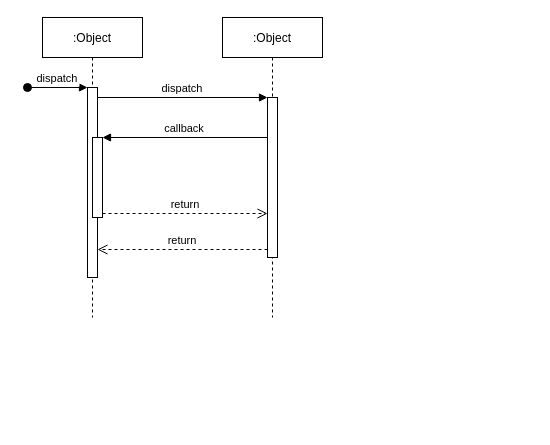
This is Untitled Diagram.drawio from Letgamer/LLG-App, a draw.io file, before an edit. Source tidied: cells renumbered, new cells numbered last; positions are measured from the earlier drawing's top-left corner, leaving out a move shared by most shapes. Both pictures are drawn from the tidied source at 100%, with x=0, y=0 at pixel (27, 17).
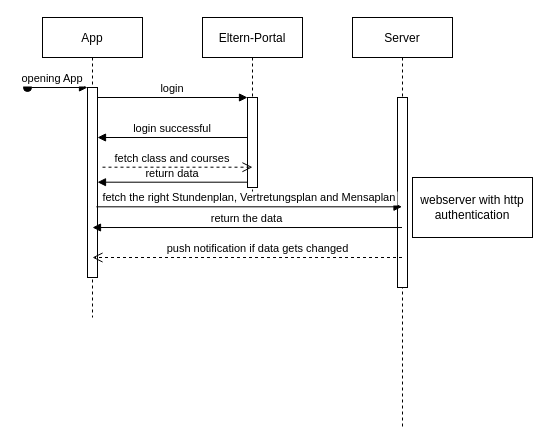
Above is the later version.

Unchanged cells that the change refers to:
```xml
<mxCell id="3" style="points=[];perimeter=orthogonalPerimeter;rounded=0;shadow=0;strokeWidth=1;" parent="2" vertex="1">
  <mxGeometry x="45" y="70" width="10" height="190" as="geometry" />
</mxCell>
```

The edit, as a diff of the source:
```diff
@@
-    <mxCell id="2" value=":Object" style="shape=umlLifeline;perimeter=lifelinePerimeter;rounded=0;shadow=0;strokeWidth=1;" parent="1" vertex="1">
+    <mxCell id="2" value="App" style="shape=umlLifeline;perimeter=lifelinePerimeter;rounded=0;shadow=0;strokeWidth=1;" parent="1" vertex="1">
       <mxGeometry x="15" width="100" height="300" as="geometry" />
     </mxCell>
@@
-    <mxCell id="4" value="dispatch" style="verticalAlign=bottom;startArrow=oval;endArrow=block;startSize=8;shadow=0;strokeWidth=1;" parent="2" edge="1" target="3">
-      <mxGeometry relative="1" as="geometry">
+    <mxCell id="4" value="opening App" style="verticalAlign=bottom;startArrow=oval;endArrow=block;startSize=8;shadow=0;strokeWidth=1;" parent="2" edge="1" target="3">
+      <mxGeometry x="-0.17" relative="1" as="geometry">
         <mxPoint x="-15" y="70" as="sourcePoint" />
       </mxGeometry>
     </mxCell>
-    <mxCell id="5" style="points=[];perimeter=orthogonalPerimeter;rounded=0;shadow=0;strokeWidth=1;" parent="2" vertex="1">
-      <mxGeometry x="50" y="120" width="10" height="80" as="geometry" />
-    </mxCell>
+    <mxCell id="12" value="return data" style="verticalAlign=bottom;endArrow=block;entryX=1;entryY=0;shadow=0;strokeWidth=1;" parent="2" edge="1">
+      <mxGeometry relative="1" as="geometry">
+        <mxPoint x="205" y="164.7" as="sourcePoint" />
+        <mxPoint x="55" y="164.7" as="targetPoint" />
+      </mxGeometry>
+    </mxCell>
-    <mxCell id="6" value=":Object" style="shape=umlLifeline;perimeter=lifelinePerimeter;rounded=0;shadow=0;strokeWidth=1;" parent="1" vertex="1">
-      <mxGeometry x="195" width="100" height="300" as="geometry" />
+    <mxCell id="6" value="Eltern-Portal" style="shape=umlLifeline;perimeter=lifelinePerimeter;rounded=0;shadow=0;strokeWidth=1;" parent="1" vertex="1">
+      <mxGeometry x="175" width="100" height="180" as="geometry" />
     </mxCell>
     <mxCell id="7" style="points=[];perimeter=orthogonalPerimeter;rounded=0;shadow=0;strokeWidth=1;" parent="6" vertex="1">
-      <mxGeometry x="45" y="80" width="10" height="160" as="geometry" />
+      <mxGeometry x="45" y="80" width="10" height="90" as="geometry" />
     </mxCell>
-    <mxCell id="8" value="return" style="verticalAlign=bottom;endArrow=open;dashed=1;endSize=8;exitX=0;exitY=0.95;shadow=0;strokeWidth=1;" parent="1" edge="1" source="7" target="3">
-      <mxGeometry relative="1" as="geometry" />
-    </mxCell>
-    <mxCell id="9" value="dispatch" style="verticalAlign=bottom;endArrow=block;entryX=0;entryY=0;shadow=0;strokeWidth=1;" parent="1" edge="1" source="3" target="7">
+    <mxCell id="9" value="login" style="verticalAlign=bottom;endArrow=block;entryX=0;entryY=0;shadow=0;strokeWidth=1;" parent="1" edge="1" source="3" target="7">
       <mxGeometry relative="1" as="geometry" />
     </mxCell>
-    <mxCell id="10" value="callback" style="verticalAlign=bottom;endArrow=block;entryX=1;entryY=0;shadow=0;strokeWidth=1;" parent="1" edge="1" source="7" target="5">
-      <mxGeometry relative="1" as="geometry" />
+    <mxCell id="10" value="login successful" style="verticalAlign=bottom;endArrow=block;entryX=1;entryY=0;shadow=0;strokeWidth=1;" parent="1" edge="1" source="7">
+      <mxGeometry relative="1" as="geometry">
+        <mxPoint x="70" y="120" as="targetPoint" />
+      </mxGeometry>
     </mxCell>
-    <mxCell id="11" value="return" style="verticalAlign=bottom;endArrow=open;dashed=1;endSize=8;exitX=1;exitY=0.95;shadow=0;strokeWidth=1;" parent="1" edge="1" source="5" target="7">
-      <mxGeometry relative="1" as="geometry" />
-    </mxCell>
+    <mxCell id="13" value="Server" style="shape=umlLifeline;perimeter=lifelinePerimeter;rounded=0;shadow=0;strokeWidth=1;" parent="1" vertex="1">
+      <mxGeometry x="325" width="100" height="410" as="geometry" />
+    </mxCell>
+    <mxCell id="14" style="perimeter=orthogonalPerimeter;rounded=0;shadow=0;strokeWidth=1;" parent="13" vertex="1">
+      <mxGeometry x="45" y="80" width="10" height="190" as="geometry" />
+    </mxCell>
+    <mxCell id="15" value="fetch class and courses" style="verticalAlign=bottom;endArrow=open;dashed=1;endSize=8;exitX=1;exitY=0.95;shadow=0;strokeWidth=1;" parent="1" edge="1">
+      <mxGeometry x="-0.07" relative="1" as="geometry">
+        <mxPoint x="75" y="149.7" as="sourcePoint" />
+        <mxPoint x="225" y="149.7" as="targetPoint" />
+      </mxGeometry>
+    </mxCell>
+    <mxCell id="16" value="fetch the right Stundenplan, Vertretungsplan and Mensaplan" style="verticalAlign=bottom;endArrow=block;shadow=0;strokeWidth=1;exitX=0.886;exitY=0.628;exitDx=0;exitDy=0;exitPerimeter=0;" parent="1" edge="1" source="3" target="13">
+      <mxGeometry relative="1" as="geometry" />
+    </mxCell>
+    <mxCell id="17" value="return the data" style="verticalAlign=bottom;endArrow=block;entryX=0.5;entryY=0.737;shadow=0;strokeWidth=1;entryDx=0;entryDy=0;entryPerimeter=0;" parent="1" edge="1" source="13" target="3">
+      <mxGeometry relative="1" as="geometry" />
+    </mxCell>
+    <mxCell id="18" value="webserver with http authentication" style="rounded=0;whiteSpace=wrap;html=1;" parent="1" vertex="1">
+      <mxGeometry x="385" y="160" width="120" height="60" as="geometry" />
+    </mxCell>
+    <mxCell id="19" value="push notification if data gets changed" style="verticalAlign=bottom;endArrow=open;dashed=1;endSize=8;shadow=0;strokeWidth=1;" parent="1" edge="1" source="13">
+      <mxGeometry x="-0.07" relative="1" as="geometry">
+        <mxPoint x="65" y="240" as="targetPoint" />
+      </mxGeometry>
+    </mxCell>
```
